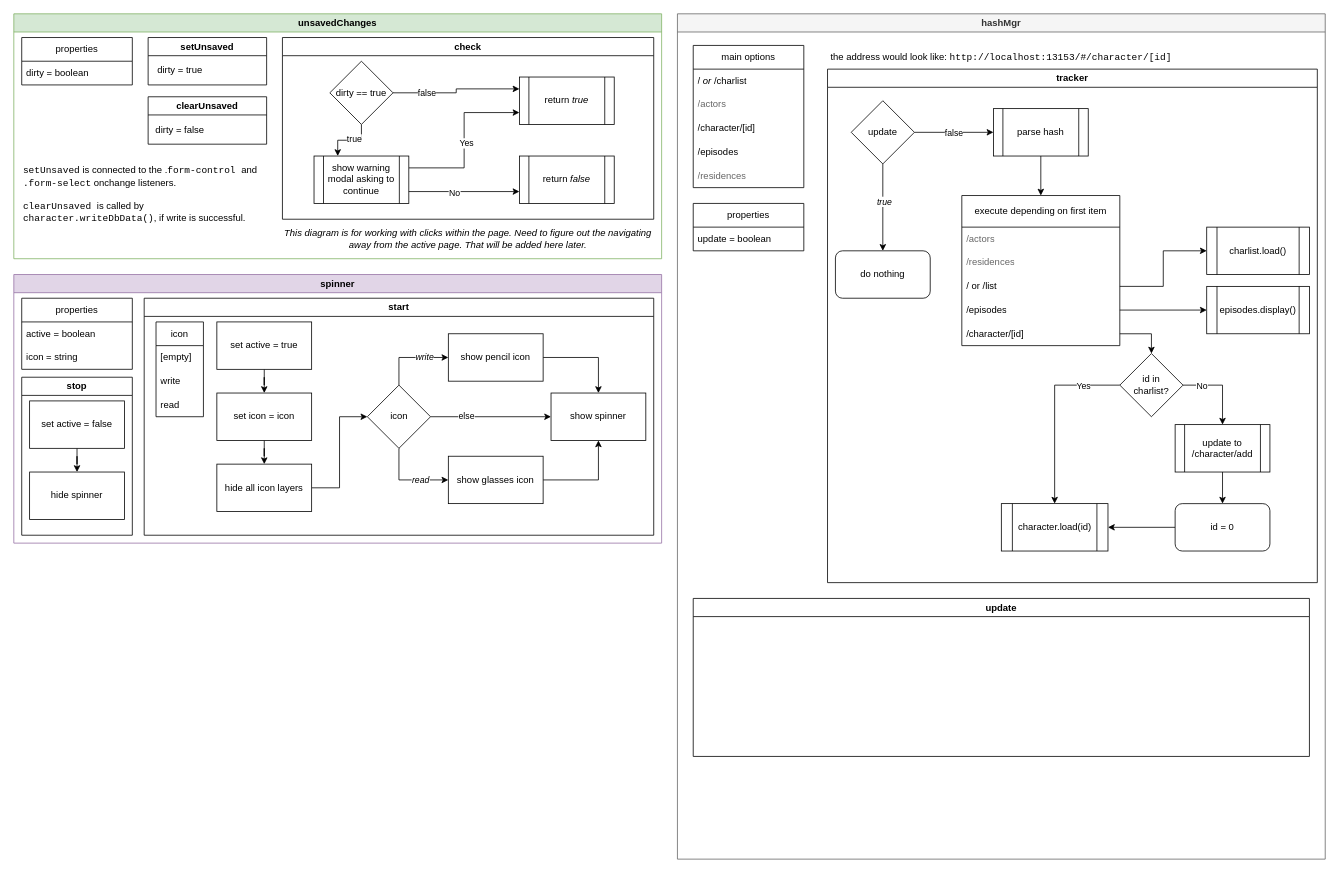
Earlier version of the draw.io diagram page "JS Misc Functions" (7 of 9) of moc-char-db-infrastructure.drawio (JS-Produksiyon/moc-character-db). Source tidied: cells renumbered, new cells numbered last; positions are measured from the earlier drawing's top-left corner, leaving out a move shared by most shapes. Both pictures are drawn from the tidied source at 79%, with x=0, y=0 at pixel (13, 13).
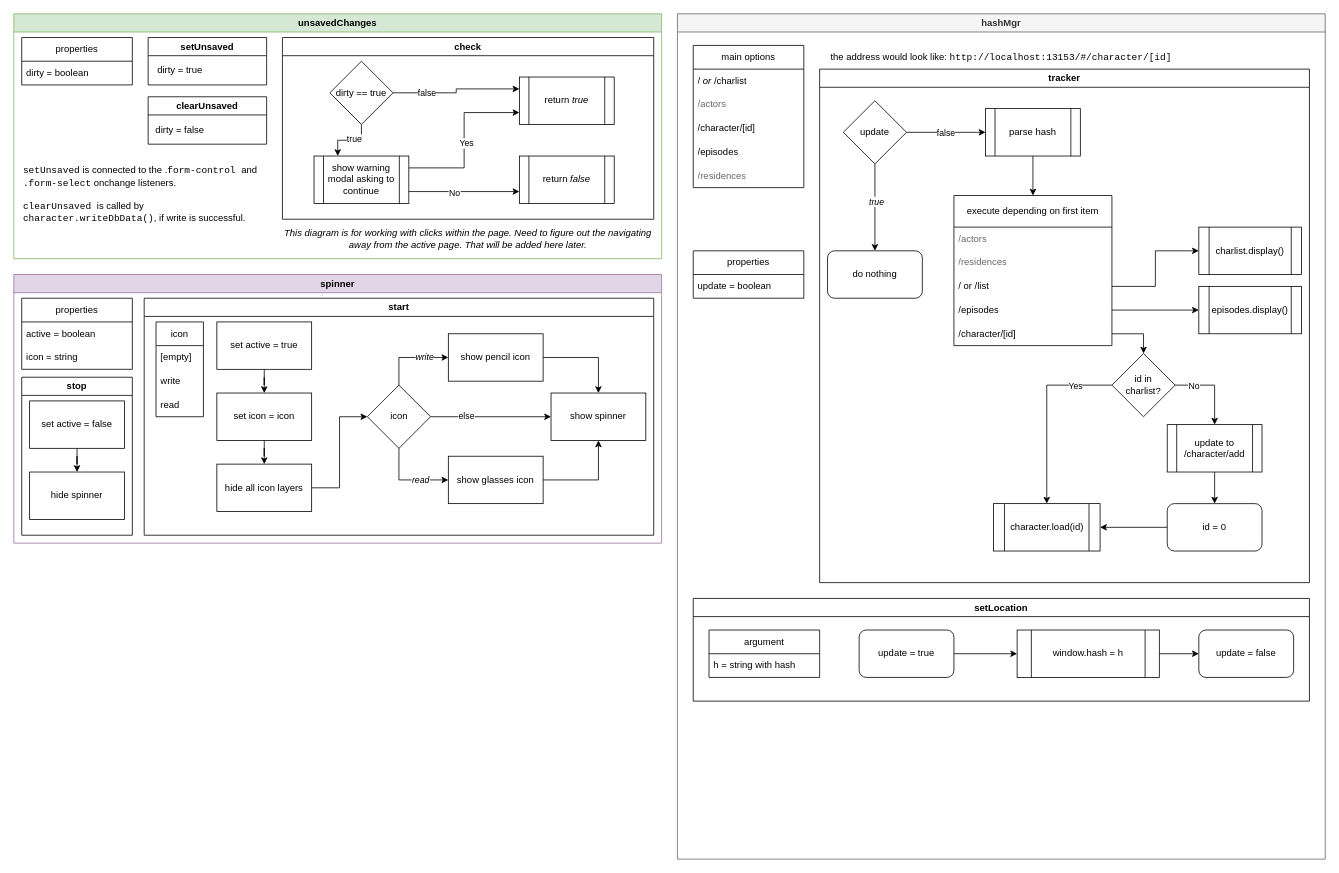
Above is the later version.

Unchanged cells that the change refers to:
```xml
<mxCell id="55" value="hashMgr" style="swimlane;whiteSpace=wrap;html=1;fillColor=#f5f5f5;fontColor=#333333;strokeColor=#666666;" parent="1" vertex="1">
  <mxGeometry x="840" width="820" height="1070" as="geometry" />
</mxCell>
```

The edit, as a diff of the source:
```diff
@@
     <mxCell id="63" value="tracker" style="swimlane;whiteSpace=wrap;html=1;" parent="55" vertex="1">
-      <mxGeometry x="190" y="70" width="620" height="650" as="geometry" />
+      <mxGeometry x="180" y="70" width="620" height="650" as="geometry" />
     </mxCell>
@@
-    <mxCell id="86" value="charlist.load()" style="shape=process;whiteSpace=wrap;html=1;backgroundOutline=1;" parent="63" vertex="1">
+    <mxCell id="86" value="charlist.display()" style="shape=process;whiteSpace=wrap;html=1;backgroundOutline=1;" parent="63" vertex="1">
       <mxGeometry x="480" y="200" width="130" height="60" as="geometry" />
     </mxCell>
@@
     <mxCell id="94" value="properties" style="swimlane;fontStyle=0;horizontal=1;startSize=30;whiteSpace=wrap;html=1;" parent="55" vertex="1">
-      <mxGeometry x="20" y="240" width="140" height="60" as="geometry" />
+      <mxGeometry x="20" y="300" width="140" height="60" as="geometry" />
     </mxCell>
@@
-    <mxCell id="96" value="update" style="swimlane;whiteSpace=wrap;html=1;" parent="55" vertex="1">
-      <mxGeometry x="20" y="740" width="780" height="200" as="geometry" />
+    <mxCell id="96" value="setLocation" style="swimlane;whiteSpace=wrap;html=1;" parent="55" vertex="1">
+      <mxGeometry x="20" y="740" width="780" height="130" as="geometry" />
     </mxCell>
+    <mxCell id="97" value="argument" style="swimlane;fontStyle=0;horizontal=1;startSize=30;whiteSpace=wrap;html=1;" parent="96" vertex="1">
+      <mxGeometry x="20" y="40" width="140" height="60" as="geometry" />
+    </mxCell>
+    <mxCell id="98" value="h = string with hash" style="text;strokeColor=none;fillColor=none;align=left;verticalAlign=middle;spacingLeft=4;spacingRight=4;overflow=hidden;whiteSpace=wrap;html=1;" parent="97" vertex="1">
+      <mxGeometry y="30" width="140" height="30" as="geometry" />
+    </mxCell>
+    <mxCell id="99" style="edgeStyle=orthogonalEdgeStyle;rounded=0;jettySize=auto;html=1;" parent="96" edge="1" source="100" target="102">
+      <mxGeometry relative="1" as="geometry" />
+    </mxCell>
+    <mxCell id="100" value="update = true" style="rounded=1;whiteSpace=wrap;html=1;" parent="96" vertex="1">
+      <mxGeometry x="210" y="40" width="120" height="60" as="geometry" />
+    </mxCell>
+    <mxCell id="101" style="edgeStyle=orthogonalEdgeStyle;rounded=0;jettySize=auto;html=1;" parent="96" edge="1" source="102" target="103">
+      <mxGeometry relative="1" as="geometry" />
+    </mxCell>
+    <mxCell id="102" value="window.hash = h" style="shape=process;whiteSpace=wrap;html=1;backgroundOutline=1;" parent="96" vertex="1">
+      <mxGeometry x="410" y="40" width="180" height="60" as="geometry" />
+    </mxCell>
+    <mxCell id="103" value="update = false" style="rounded=1;whiteSpace=wrap;html=1;" parent="96" vertex="1">
+      <mxGeometry x="640" y="40" width="120" height="60" as="geometry" />
+    </mxCell>
```
